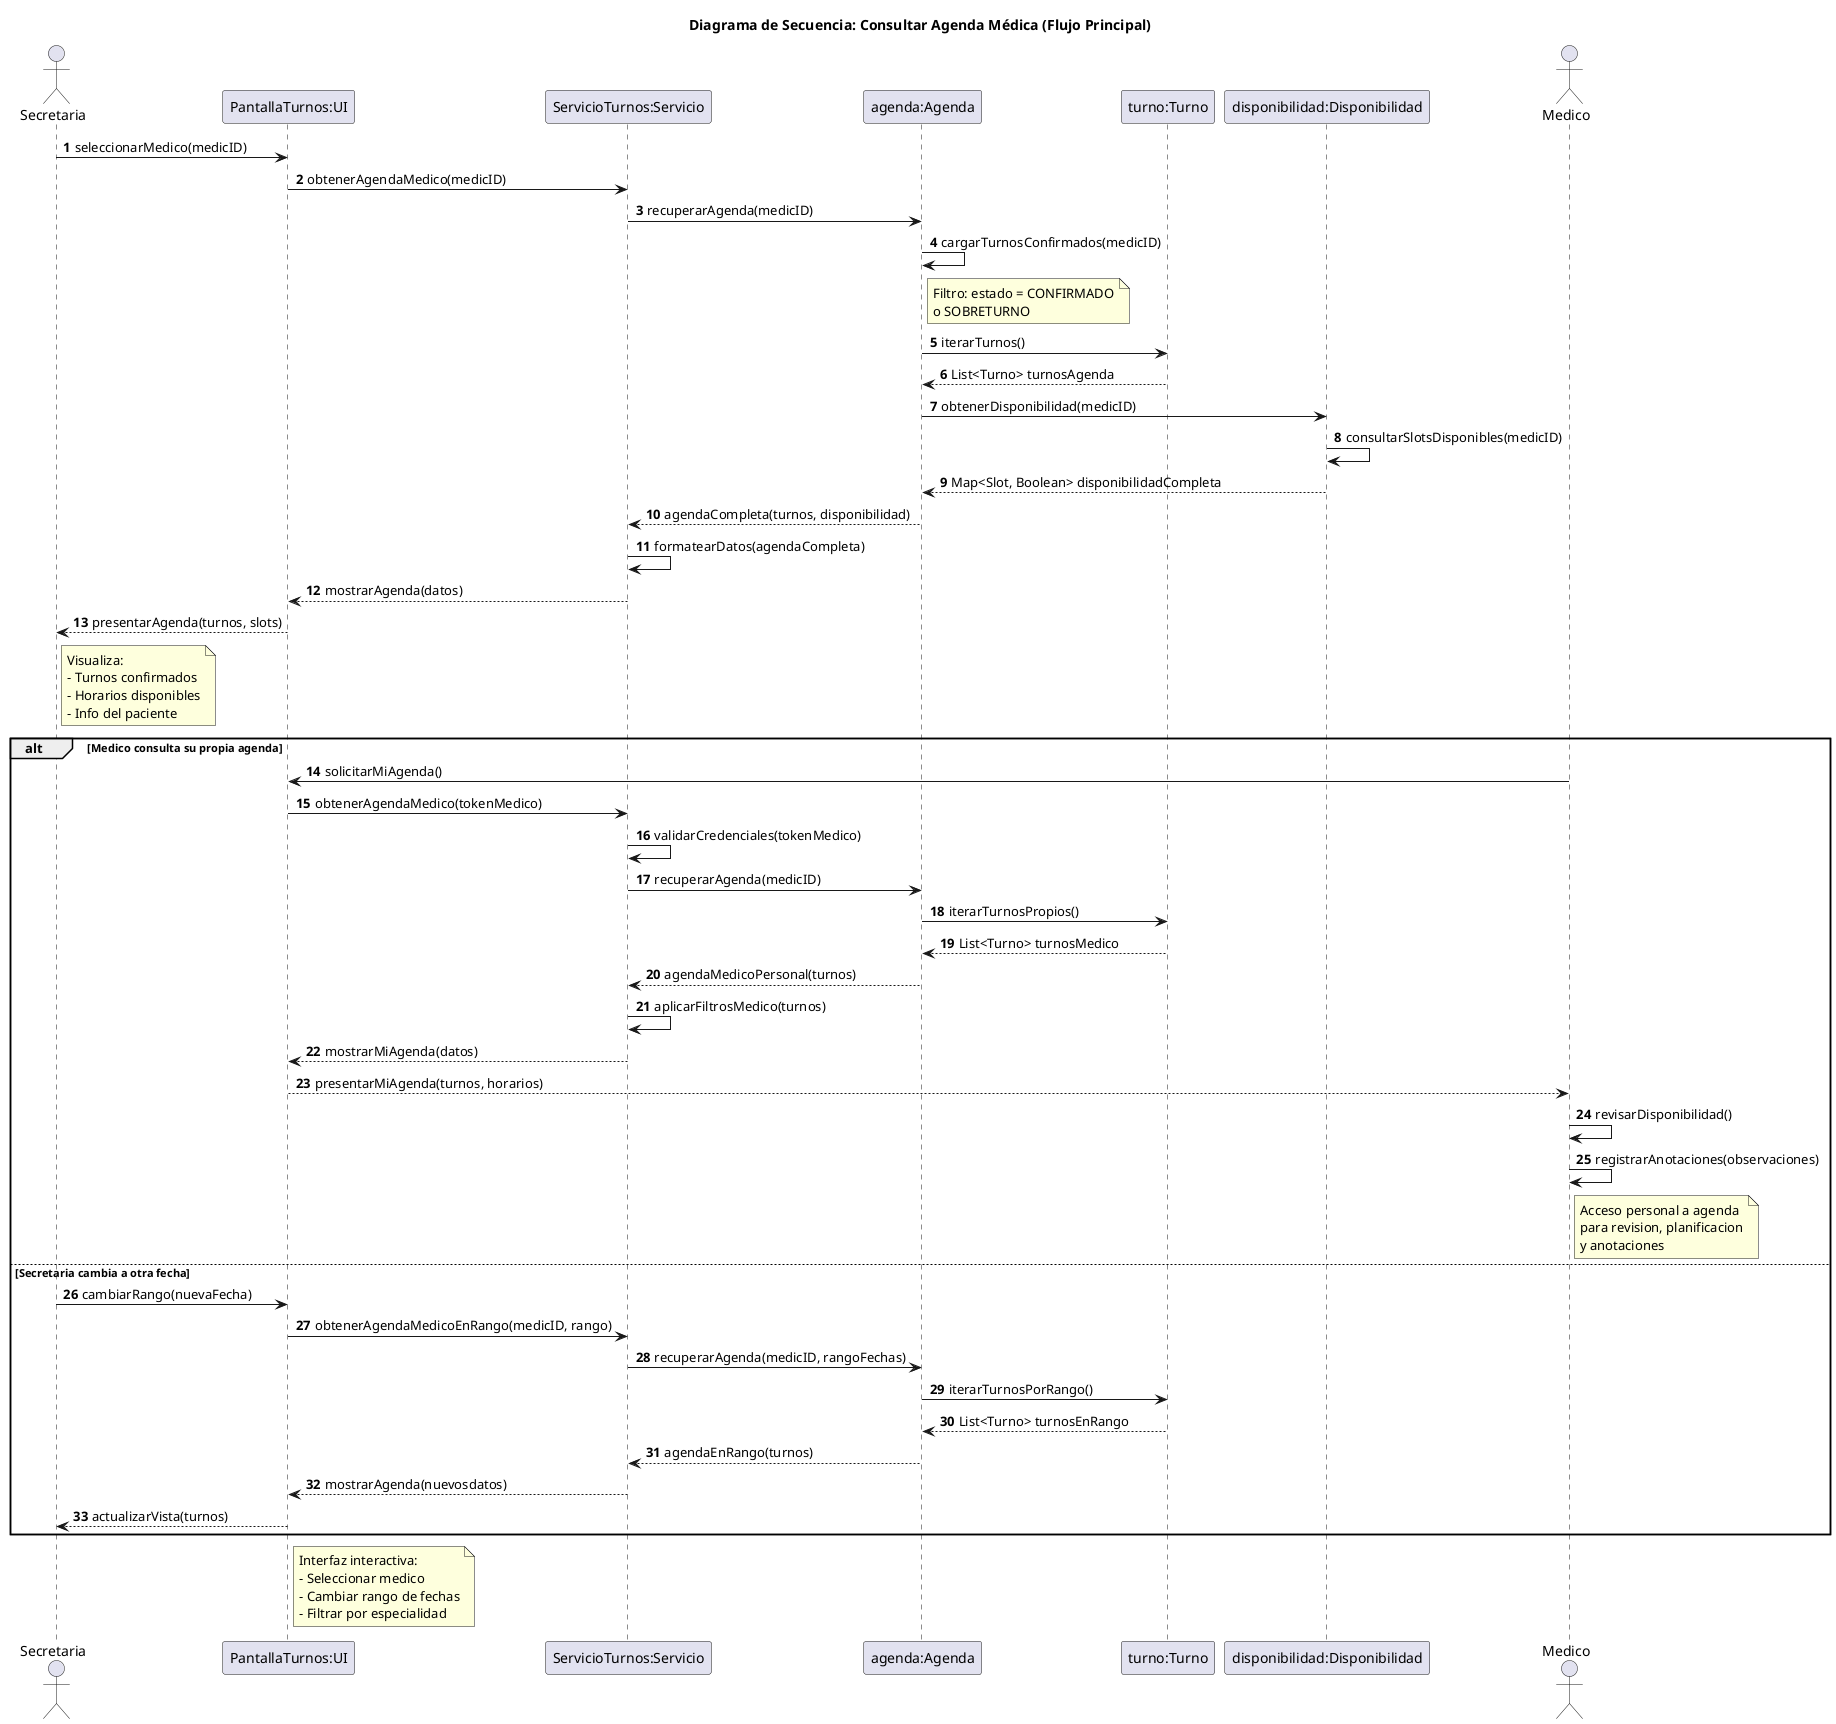
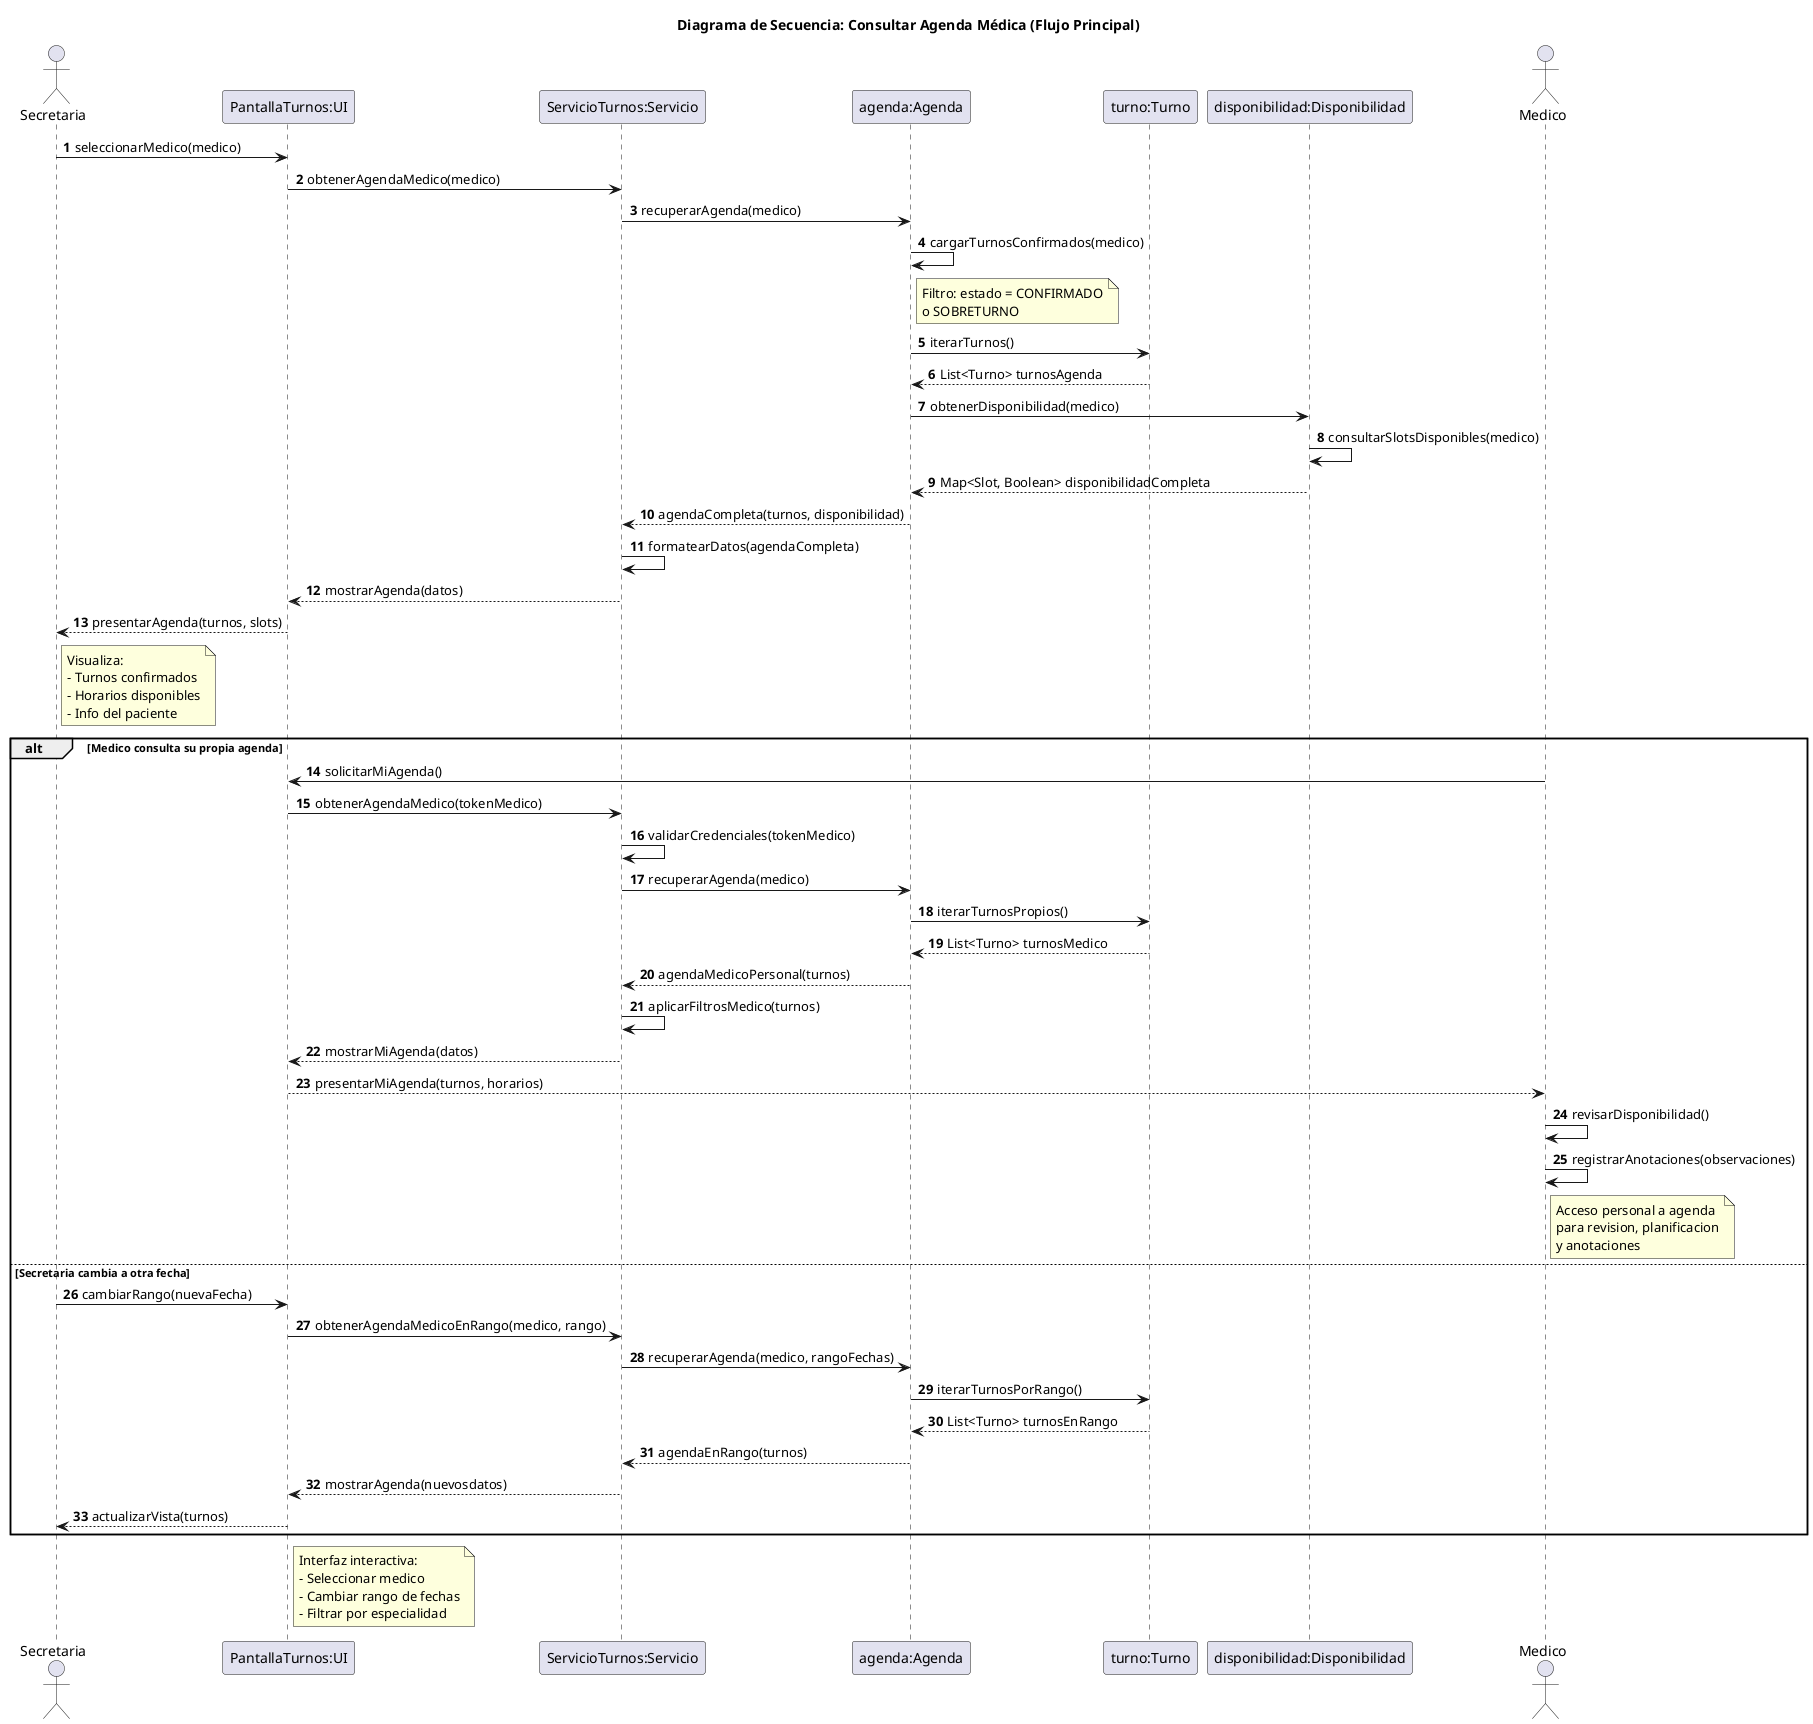
@startuml 05-secuencia-consultar-agenda-medica-flujo-principal-05
title Diagrama de Secuencia: Consultar Agenda Médica (Flujo Principal)

actor Secretaria
participant "PantallaTurnos:UI" as UI
participant "ServicioTurnos:Servicio" as Servicio
participant "agenda:Agenda" as Agenda
participant "turno:Turno" as Turno
participant "disponibilidad:Disponibilidad" as Disp
actor Medico

autonumber

- Secretaria -> UI: seleccionarMedico(medicID)
- UI -> Servicio: obtenerAgendaMedico(medicID)
- Servicio -> Agenda: recuperarAgenda(medicID)
- Agenda -> Agenda: cargarTurnosConfirmados(medicID)
+ Secretaria -> UI: seleccionarMedico(medico)
+ UI -> Servicio: obtenerAgendaMedico(medico)
+ Servicio -> Agenda: recuperarAgenda(medico)
+ Agenda -> Agenda: cargarTurnosConfirmados(medico)
note right of Agenda
  Filtro: estado = CONFIRMADO
  o SOBRETURNO
end note
Agenda -> Turno: iterarTurnos()
Turno --> Agenda: List<Turno> turnosAgenda
- Agenda -> Disp: obtenerDisponibilidad(medicID)
- Disp -> Disp: consultarSlotsDisponibles(medicID)
+ Agenda -> Disp: obtenerDisponibilidad(medico)
+ Disp -> Disp: consultarSlotsDisponibles(medico)
Disp --> Agenda: Map<Slot, Boolean> disponibilidadCompleta
Agenda --> Servicio: agendaCompleta(turnos, disponibilidad)
Servicio -> Servicio: formatearDatos(agendaCompleta)
Servicio --> UI: mostrarAgenda(datos)
UI --> Secretaria: presentarAgenda(turnos, slots)
note right of Secretaria
  Visualiza:
  - Turnos confirmados
  - Horarios disponibles
  - Info del paciente
end note

alt Medico consulta su propia agenda
  Medico -> UI: solicitarMiAgenda()
  UI -> Servicio: obtenerAgendaMedico(tokenMedico)
  Servicio -> Servicio: validarCredenciales(tokenMedico)
-   Servicio -> Agenda: recuperarAgenda(medicID)
+   Servicio -> Agenda: recuperarAgenda(medico)
  Agenda -> Turno: iterarTurnosPropios()
  Turno --> Agenda: List<Turno> turnosMedico
  Agenda --> Servicio: agendaMedicoPersonal(turnos)
  Servicio -> Servicio: aplicarFiltrosMedico(turnos)
  Servicio --> UI: mostrarMiAgenda(datos)
  UI --> Medico: presentarMiAgenda(turnos, horarios)
  Medico -> Medico: revisarDisponibilidad()
  Medico -> Medico: registrarAnotaciones(observaciones)

  note right of Medico
    Acceso personal a agenda
    para revision, planificacion
    y anotaciones
  end note
else Secretaria cambia a otra fecha
  Secretaria -> UI: cambiarRango(nuevaFecha)
-   UI -> Servicio: obtenerAgendaMedicoEnRango(medicID, rango)
-   Servicio -> Agenda: recuperarAgenda(medicID, rangoFechas)
+   UI -> Servicio: obtenerAgendaMedicoEnRango(medico, rango)
+   Servicio -> Agenda: recuperarAgenda(medico, rangoFechas)
  Agenda -> Turno: iterarTurnosPorRango()
  Turno --> Agenda: List<Turno> turnosEnRango
  Agenda --> Servicio: agendaEnRango(turnos)
  Servicio --> UI: mostrarAgenda(nuevosdatos)
  UI --> Secretaria: actualizarVista(turnos)
end

note right of UI
  Interfaz interactiva:
  - Seleccionar medico
  - Cambiar rango de fechas
  - Filtrar por especialidad
end note

@enduml
